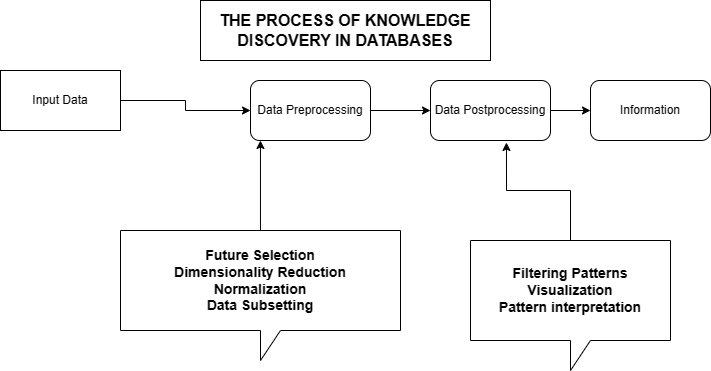
Earlier version of the draw.io export Untitled Diagram.drawio.png (sangaryousmane/alx_softwareEngineering_program). Source tidied: cells renumbered, new cells last; positions are measured from the earlier drawing's top-left corner, leaving out a move shared by most shapes.
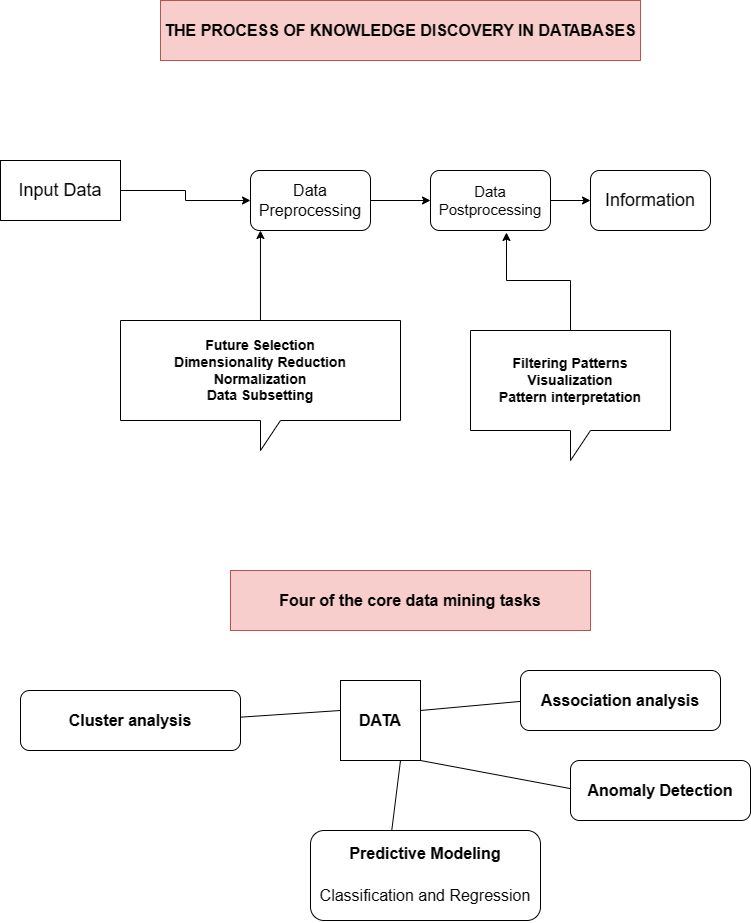
The same file after the commit.

What changed in the source:
```diff
@@ -5,22 +5,22 @@
     <mxCell id="2" style="edgeStyle=orthogonalEdgeStyle;rounded=0;jettySize=auto;html=1;entryX=0;entryY=0.5;entryDx=0;entryDy=0;" parent="1" edge="1" source="3" target="7">
       <mxGeometry relative="1" as="geometry" />
     </mxCell>
-    <mxCell id="3" value="Data Preprocessing" style="rounded=1;whiteSpace=wrap;html=1;" parent="1" vertex="1">
+    <mxCell id="3" value="&lt;font style=&quot;font-size: 16px;&quot;&gt;Data Preprocessing&lt;/font&gt;" style="rounded=1;whiteSpace=wrap;html=1;" parent="1" vertex="1">
       <mxGeometry x="250" y="80" width="120" height="60" as="geometry" />
     </mxCell>
     <mxCell id="4" style="edgeStyle=orthogonalEdgeStyle;rounded=0;jettySize=auto;html=1;entryX=0;entryY=0.5;entryDx=0;entryDy=0;" parent="1" edge="1" source="5" target="3">
       <mxGeometry relative="1" as="geometry" />
     </mxCell>
-    <mxCell id="5" value="Input Data" style="whiteSpace=wrap;html=1;" parent="1" vertex="1">
+    <mxCell id="5" value="&lt;font style=&quot;font-size: 18px;&quot;&gt;Input Data&lt;/font&gt;" style="whiteSpace=wrap;html=1;" parent="1" vertex="1">
       <mxGeometry y="70" width="120" height="60" as="geometry" />
     </mxCell>
     <mxCell id="6" style="edgeStyle=orthogonalEdgeStyle;rounded=0;jettySize=auto;html=1;entryX=0;entryY=0.5;entryDx=0;entryDy=0;" parent="1" edge="1" source="7" target="8">
       <mxGeometry relative="1" as="geometry" />
     </mxCell>
-    <mxCell id="7" value="Data Postprocessing" style="rounded=1;whiteSpace=wrap;html=1;" parent="1" vertex="1">
+    <mxCell id="7" value="&lt;font style=&quot;font-size: 15px;&quot;&gt;Data Postprocessing&lt;/font&gt;" style="rounded=1;whiteSpace=wrap;html=1;" parent="1" vertex="1">
       <mxGeometry x="430" y="80" width="120" height="60" as="geometry" />
     </mxCell>
-    <mxCell id="8" value="Information" style="rounded=1;whiteSpace=wrap;html=1;" parent="1" vertex="1">
+    <mxCell id="8" value="&lt;font style=&quot;font-size: 18px;&quot;&gt;Information&lt;/font&gt;" style="rounded=1;whiteSpace=wrap;html=1;" parent="1" vertex="1">
       <mxGeometry x="590" y="80" width="120" height="60" as="geometry" />
     </mxCell>
     <mxCell id="9" style="edgeStyle=orthogonalEdgeStyle;rounded=0;jettySize=auto;html=1;entryX=0.083;entryY=1;entryDx=0;entryDy=0;entryPerimeter=0;" parent="1" edge="1" source="10" target="3">
@@ -35,8 +35,49 @@
     <mxCell id="12" value="&lt;b style=&quot;font-size: 14px;&quot;&gt;Filtering Patterns&lt;br&gt;Visualization&lt;br&gt;Pattern interpretation&lt;br&gt;&lt;/b&gt;" style="shape=callout;whiteSpace=wrap;html=1;perimeter=calloutPerimeter;rotation=0;" parent="1" vertex="1">
       <mxGeometry x="470" y="240" width="200" height="130" as="geometry" />
     </mxCell>
-    <mxCell id="13" value="&lt;b&gt;&lt;font style=&quot;font-size: 16px;&quot;&gt;THE PROCESS OF KNOWLEDGE DISCOVERY IN DATABASES&lt;/font&gt;&lt;/b&gt;" style="whiteSpace=wrap;html=1;" parent="1" vertex="1">
-      <mxGeometry x="200" width="290" height="60" as="geometry" />
+    <mxCell id="13" value="&lt;b&gt;&lt;font style=&quot;font-size: 16px;&quot;&gt;THE PROCESS OF KNOWLEDGE DISCOVERY IN DATABASES&lt;/font&gt;&lt;/b&gt;" style="whiteSpace=wrap;html=1;fillColor=#f8cecc;strokeColor=#b85450;" parent="1" vertex="1">
+      <mxGeometry x="160" y="-90" width="480" height="60" as="geometry" />
     </mxCell>
+    <mxCell id="14" value="&lt;b&gt;&lt;font style=&quot;font-size: 16px;&quot;&gt;Four of the core data mining tasks&lt;/font&gt;&lt;/b&gt;" style="whiteSpace=wrap;html=1;fillColor=#f8cecc;strokeColor=#b85450;" parent="1" vertex="1">
+      <mxGeometry x="230" y="480" width="360" height="60" as="geometry" />
+    </mxCell>
+    <mxCell id="15" value="&lt;b&gt;DATA&lt;/b&gt;" style="whiteSpace=wrap;html=1;fontSize=16;" parent="1" vertex="1">
+      <mxGeometry x="340" y="590" width="80" height="80" as="geometry" />
+    </mxCell>
+    <mxCell id="16" style="endArrow=none;html=1;rounded=0;fontSize=16;" parent="1" edge="1">
+      <mxGeometry relative="1" as="geometry">
+        <mxPoint x="190" y="630" as="sourcePoint" />
+        <mxPoint x="340" y="620" as="targetPoint" />
+      </mxGeometry>
+    </mxCell>
+    <mxCell id="17" value="&lt;b&gt;Cluster analysis&lt;/b&gt;" style="rounded=1;whiteSpace=wrap;html=1;fontSize=16;" parent="1" vertex="1">
+      <mxGeometry x="20" y="600" width="220" height="60" as="geometry" />
+    </mxCell>
+    <mxCell id="18" style="endArrow=none;html=1;rounded=0;fontSize=16;" parent="1" edge="1">
+      <mxGeometry relative="1" as="geometry">
+        <mxPoint x="420" y="620" as="sourcePoint" />
+        <mxPoint x="530" y="610" as="targetPoint" />
+      </mxGeometry>
+    </mxCell>
+    <mxCell id="19" value="&lt;b&gt;Association analysis&lt;/b&gt;" style="rounded=1;whiteSpace=wrap;html=1;fontSize=16;" parent="1" vertex="1">
+      <mxGeometry x="520" y="580" width="200" height="60" as="geometry" />
+    </mxCell>
+    <mxCell id="20" style="endArrow=none;html=1;rounded=0;fontSize=16;entryX=0.75;entryY=1;entryDx=0;entryDy=0;" parent="1" edge="1" target="15">
+      <mxGeometry relative="1" as="geometry">
+        <mxPoint x="390" y="750" as="sourcePoint" />
+      </mxGeometry>
+    </mxCell>
+    <mxCell id="21" value="&lt;p style=&quot;line-height: 130%;&quot;&gt;&lt;b&gt;Predictive Modeling&lt;br&gt;&lt;/b&gt;&lt;br&gt;Classification and Regression&lt;/p&gt;" style="rounded=1;whiteSpace=wrap;html=1;fontSize=16;" parent="1" vertex="1">
+      <mxGeometry x="310" y="740" width="230" height="90" as="geometry" />
+    </mxCell>
+    <mxCell id="22" style="endArrow=none;html=1;rounded=0;fontSize=16;entryX=0.75;entryY=1;entryDx=0;entryDy=0;" parent="1" edge="1">
+      <mxGeometry relative="1" as="geometry">
+        <mxPoint x="580" y="700" as="sourcePoint" />
+        <mxPoint x="420" y="670" as="targetPoint" />
+      </mxGeometry>
+    </mxCell>
+    <mxCell id="23" value="&lt;b&gt;Anomaly Detection&lt;/b&gt;" style="rounded=1;whiteSpace=wrap;html=1;fontSize=16;" parent="1" vertex="1">
+      <mxGeometry x="570" y="670" width="180" height="60" as="geometry" />
+    </mxCell>
   </root>
 </mxGraphModel>
```
